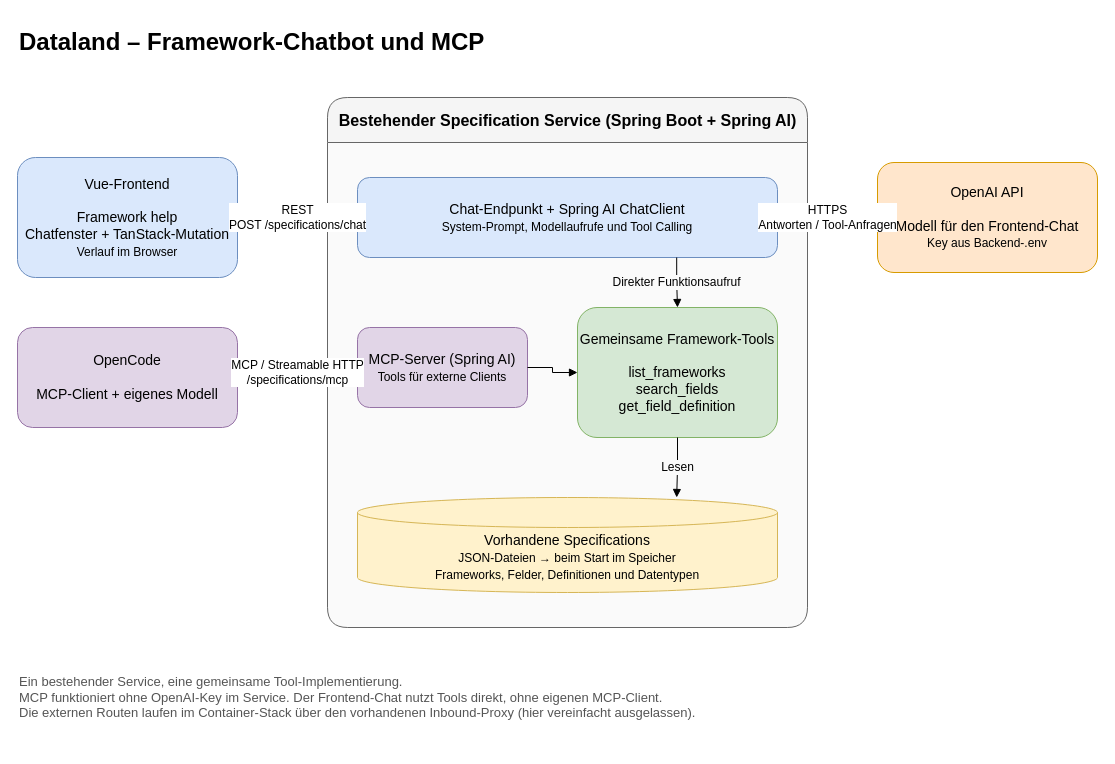
This is dataland-specification-service/architecture.drawio from LeGoerges/Dataland-MCP-Testpilot, a draw.io file, before an edit. Source tidied: cells renumbered, new cells numbered last; positions are measured from the earlier drawing's top-left corner, leaving out a move shared by most shapes. Both pictures are drawn from the tidied source at 100%, with x=0, y=0 at pixel (17, 17).
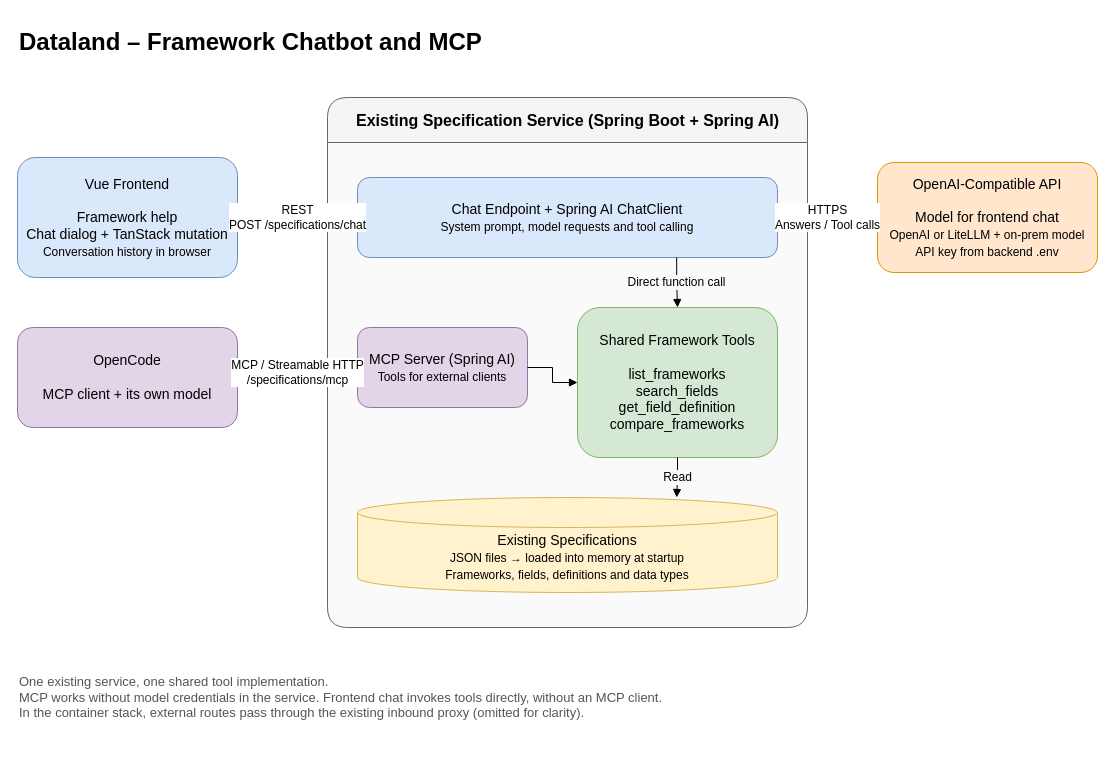
Above is the later version.

Commit message (it also covers changes not shown here):
chore: improve chat bot

The edit, as a diff of the source:
```diff
@@
 <mxGraphModel>
   <root>
     <mxCell id="0" />
     <mxCell id="1" parent="0" />
-    <mxCell id="2" value="Dataland – Framework-Chatbot und MCP" style="text;html=1;align=left;verticalAlign=middle;fontSize=24;fontStyle=1;" parent="1" vertex="1">
+    <mxCell id="2" value="Dataland – Framework Chatbot and MCP" style="text;html=1;align=left;verticalAlign=middle;fontSize=24;fontStyle=1;" parent="1" vertex="1">
       <mxGeometry width="900" height="50" as="geometry" />
     </mxCell>
-    <mxCell id="3" value="Bestehender Specification Service (Spring Boot + Spring AI)" style="swimlane;html=1;startSize=45;horizontal=1;rounded=1;fillColor=#f5f5f5;swimlaneFillColor=#fafafa;strokeColor=#666666;fontSize=16;fontStyle=1;" parent="1" vertex="1">
+    <mxCell id="3" value="Existing Specification Service (Spring Boot + Spring AI)" style="swimlane;html=1;startSize=45;horizontal=1;rounded=1;fillColor=#f5f5f5;swimlaneFillColor=#fafafa;strokeColor=#666666;fontSize=16;fontStyle=1;" parent="1" vertex="1">
       <mxGeometry x="310" y="80" width="480" height="530" as="geometry" />
     </mxCell>
-    <mxCell id="4" value="Chat-Endpunkt + Spring AI ChatClient&lt;br&gt;&lt;font style=&quot;font-size:12px&quot;&gt;System-Prompt, Modellaufrufe und Tool Calling&lt;/font&gt;" style="rounded=1;whiteSpace=wrap;html=1;fillColor=#dae8fc;strokeColor=#6c8ebf;fontSize=14;" parent="3" vertex="1">
+    <mxCell id="4" value="Chat Endpoint + Spring AI ChatClient&lt;br&gt;&lt;font style=&quot;font-size:12px&quot;&gt;System prompt, model requests and tool calling&lt;/font&gt;" style="rounded=1;whiteSpace=wrap;html=1;fillColor=#dae8fc;strokeColor=#6c8ebf;fontSize=14;" parent="3" vertex="1">
       <mxGeometry x="30" y="80" width="420" height="80" as="geometry" />
     </mxCell>
-    <mxCell id="5" value="MCP-Server (Spring AI)&lt;br&gt;&lt;font style=&quot;font-size:12px&quot;&gt;Tools für externe Clients&lt;/font&gt;" style="rounded=1;whiteSpace=wrap;html=1;fillColor=#e1d5e7;strokeColor=#9673a6;fontSize=14;" parent="3" vertex="1">
+    <mxCell id="5" value="MCP Server (Spring AI)&lt;br&gt;&lt;font style=&quot;font-size:12px&quot;&gt;Tools for external clients&lt;/font&gt;" style="rounded=1;whiteSpace=wrap;html=1;fillColor=#e1d5e7;strokeColor=#9673a6;fontSize=14;" parent="3" vertex="1">
       <mxGeometry x="30" y="230" width="170" height="80" as="geometry" />
     </mxCell>
-    <mxCell id="6" value="Gemeinsame Framework-Tools&lt;br&gt;&lt;br&gt;list_frameworks&lt;br&gt;search_fields&lt;br&gt;get_field_definition" style="rounded=1;whiteSpace=wrap;html=1;fillColor=#d5e8d4;strokeColor=#82b366;fontSize=14;" parent="3" vertex="1">
-      <mxGeometry x="250" y="210" width="200" height="130" as="geometry" />
+    <mxCell id="6" value="Shared Framework Tools&lt;br&gt;&lt;br&gt;list_frameworks&lt;br&gt;search_fields&lt;br&gt;get_field_definition&lt;br&gt;compare_frameworks" style="rounded=1;whiteSpace=wrap;html=1;fillColor=#d5e8d4;strokeColor=#82b366;fontSize=14;" parent="3" vertex="1">
+      <mxGeometry x="250" y="210" width="200" height="150" as="geometry" />
     </mxCell>
-    <mxCell id="7" value="Vorhandene Specifications&lt;br&gt;&lt;font style=&quot;font-size:12px&quot;&gt;JSON-Dateien → beim Start im Speicher&lt;br&gt;Frameworks, Felder, Definitionen und Datentypen&lt;/font&gt;" style="shape=cylinder3;whiteSpace=wrap;html=1;boundedLbl=1;backgroundOutline=1;size=15;fillColor=#fff2cc;strokeColor=#d6b656;fontSize=14;" parent="3" vertex="1">
+    <mxCell id="7" value="Existing Specifications&lt;br&gt;&lt;font style=&quot;font-size:12px&quot;&gt;JSON files → loaded into memory at startup&lt;br&gt;Frameworks, fields, definitions and data types&lt;/font&gt;" style="shape=cylinder3;whiteSpace=wrap;html=1;boundedLbl=1;backgroundOutline=1;size=15;fillColor=#fff2cc;strokeColor=#d6b656;fontSize=14;" parent="3" vertex="1">
       <mxGeometry x="30" y="400" width="420" height="95" as="geometry" />
     </mxCell>
-    <mxCell id="8" value="Vue-Frontend&lt;br&gt;&lt;br&gt;Framework help&lt;br&gt;Chatfenster + TanStack-Mutation&lt;br&gt;&lt;font style=&quot;font-size:12px&quot;&gt;Verlauf im Browser&lt;/font&gt;" style="rounded=1;whiteSpace=wrap;html=1;fillColor=#dae8fc;strokeColor=#6c8ebf;fontSize=14;" parent="1" vertex="1">
+    <mxCell id="8" value="Vue Frontend&lt;br&gt;&lt;br&gt;Framework help&lt;br&gt;Chat dialog + TanStack mutation&lt;br&gt;&lt;font style=&quot;font-size:12px&quot;&gt;Conversation history in browser&lt;/font&gt;" style="rounded=1;whiteSpace=wrap;html=1;fillColor=#dae8fc;strokeColor=#6c8ebf;fontSize=14;" parent="1" vertex="1">
       <mxGeometry y="140" width="220" height="120" as="geometry" />
     </mxCell>
-    <mxCell id="9" value="OpenCode&lt;br&gt;&lt;br&gt;MCP-Client + eigenes Modell" style="rounded=1;whiteSpace=wrap;html=1;fillColor=#e1d5e7;strokeColor=#9673a6;fontSize=14;" parent="1" vertex="1">
+    <mxCell id="9" value="OpenCode&lt;br&gt;&lt;br&gt;MCP client + its own model" style="rounded=1;whiteSpace=wrap;html=1;fillColor=#e1d5e7;strokeColor=#9673a6;fontSize=14;" parent="1" vertex="1">
       <mxGeometry y="310" width="220" height="100" as="geometry" />
     </mxCell>
-    <mxCell id="10" value="OpenAI API&lt;br&gt;&lt;br&gt;Modell für den Frontend-Chat&lt;br&gt;&lt;font style=&quot;font-size:12px&quot;&gt;Key aus Backend-.env&lt;/font&gt;" style="rounded=1;whiteSpace=wrap;html=1;fillColor=#ffe6cc;strokeColor=#d79b00;fontSize=14;" parent="1" vertex="1">
+    <mxCell id="10" value="OpenAI-Compatible API&lt;br&gt;&lt;br&gt;Model for frontend chat&lt;br&gt;&lt;font style=&quot;font-size:12px&quot;&gt;OpenAI or LiteLLM + on-prem model&lt;br&gt;API key from backend .env&lt;/font&gt;" style="rounded=1;whiteSpace=wrap;html=1;fillColor=#ffe6cc;strokeColor=#d79b00;fontSize=14;" parent="1" vertex="1">
       <mxGeometry x="860" y="145" width="220" height="110" as="geometry" />
     </mxCell>
     <mxCell id="11" value="REST&lt;br&gt;POST /specifications/chat" style="edgeStyle=orthogonalEdgeStyle;rounded=0;html=1;endArrow=block;startArrow=block;fontSize=12;labelBackgroundColor=#ffffff;exitX=1;exitY=0.5;entryX=0;entryY=0.5;" parent="1" edge="1" source="8" target="4">
       <mxGeometry relative="1" as="geometry" />
     </mxCell>
     <mxCell id="12" value="MCP / Streamable HTTP&lt;br&gt;/specifications/mcp" style="edgeStyle=orthogonalEdgeStyle;rounded=0;html=1;endArrow=block;startArrow=block;fontSize=12;labelBackgroundColor=#ffffff;exitX=1;exitY=0.5;entryX=0;entryY=0.5;" parent="1" edge="1" source="9" target="5">
       <mxGeometry relative="1" as="geometry" />
     </mxCell>
-    <mxCell id="13" value="HTTPS&lt;br&gt;Antworten / Tool-Anfragen" style="edgeStyle=orthogonalEdgeStyle;rounded=0;html=1;endArrow=block;startArrow=block;fontSize=12;labelBackgroundColor=#ffffff;exitX=1;exitY=0.5;entryX=0;entryY=0.5;" parent="1" edge="1" source="4" target="10">
+    <mxCell id="13" value="HTTPS&lt;br&gt;Answers / Tool calls" style="edgeStyle=orthogonalEdgeStyle;rounded=0;html=1;endArrow=block;startArrow=block;fontSize=12;labelBackgroundColor=#ffffff;exitX=1;exitY=0.5;entryX=0;entryY=0.5;" parent="1" edge="1" source="4" target="10">
       <mxGeometry relative="1" as="geometry" />
     </mxCell>
-    <mxCell id="14" value="Direkter Funktionsaufruf" style="edgeStyle=orthogonalEdgeStyle;rounded=0;html=1;endArrow=block;fontSize=12;labelBackgroundColor=#fafafa;exitX=0.76;exitY=1;entryX=0.5;entryY=0;" parent="3" edge="1" source="4" target="6">
+    <mxCell id="14" value="Direct function call" style="edgeStyle=orthogonalEdgeStyle;rounded=0;html=1;endArrow=block;fontSize=12;labelBackgroundColor=#fafafa;exitX=0.76;exitY=1;entryX=0.5;entryY=0;" parent="3" edge="1" source="4" target="6">
       <mxGeometry relative="1" as="geometry" />
     </mxCell>
     <mxCell id="15" style="edgeStyle=orthogonalEdgeStyle;rounded=0;html=1;endArrow=block;exitX=1;exitY=0.5;entryX=0;entryY=0.5;" parent="3" edge="1" source="5" target="6">
       <mxGeometry relative="1" as="geometry" />
     </mxCell>
-    <mxCell id="16" value="Lesen" style="edgeStyle=orthogonalEdgeStyle;rounded=0;html=1;endArrow=block;fontSize=12;labelBackgroundColor=#fafafa;exitX=0.5;exitY=1;entryX=0.76;entryY=0;" parent="3" edge="1" source="6" target="7">
+    <mxCell id="16" value="Read" style="edgeStyle=orthogonalEdgeStyle;rounded=0;html=1;endArrow=block;fontSize=12;labelBackgroundColor=#fafafa;exitX=0.5;exitY=1;entryX=0.76;entryY=0;" parent="3" edge="1" source="6" target="7">
       <mxGeometry relative="1" as="geometry" />
     </mxCell>
-    <mxCell id="17" value="Ein bestehender Service, eine gemeinsame Tool-Implementierung.&lt;br&gt;MCP funktioniert ohne OpenAI-Key im Service. Der Frontend-Chat nutzt Tools direkt, ohne eigenen MCP-Client.&lt;br&gt;Die externen Routen laufen im Container-Stack über den vorhandenen Inbound-Proxy (hier vereinfacht ausgelassen)." style="text;html=1;align=left;verticalAlign=top;whiteSpace=wrap;fontSize=13;fontColor=#555555;" parent="1" vertex="1">
+    <mxCell id="17" value="One existing service, one shared tool implementation.&lt;br&gt;MCP works without model credentials in the service. Frontend chat invokes tools directly, without an MCP client.&lt;br&gt;In the container stack, external routes pass through the existing inbound proxy (omitted for clarity)." style="text;html=1;align=left;verticalAlign=top;whiteSpace=wrap;fontSize=13;fontColor=#555555;" parent="1" vertex="1">
       <mxGeometry y="650" width="1080" height="80" as="geometry" />
     </mxCell>
   </root>
 </mxGraphModel>
```
